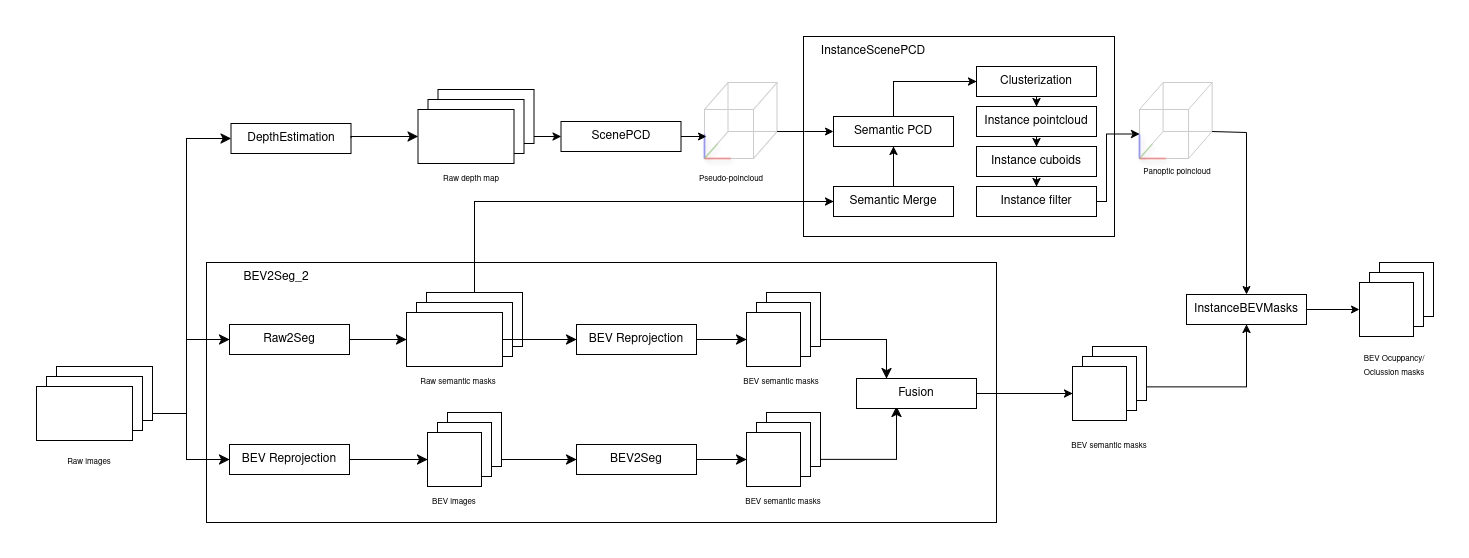
Earlier version of the draw.io export documents/images/methodology/Application_flow_diagram.png (alanglk/BEV2Seg_2). Source tidied: cells renumbered, new cells last; positions are measured from the earlier drawing's top-left corner, leaving out a move shared by most shapes.
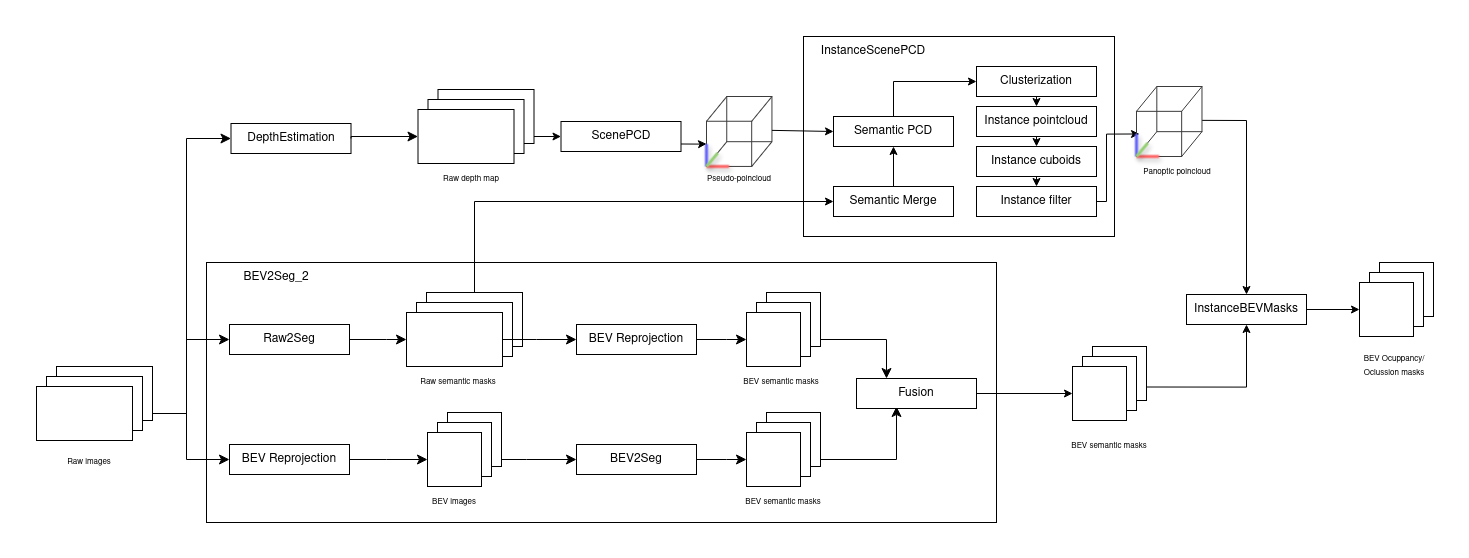
The same diagram one commit later.

Change to the diagram source:
```diff
@@ -5,6 +5,43 @@
     <mxCell id="2" style="whiteSpace=wrap;html=1;fillColor=light-dark(#FFFFFF,var(--ge-dark-color, #121212));strokeColor=none;" parent="1" vertex="1">
       <mxGeometry x="896" width="36" height="36" as="geometry" />
     </mxCell>
+    <mxCell id="104" style="group;" parent="1" vertex="1">
+      <mxGeometry x="706" y="96" width="65.5" height="70" as="geometry" />
+    </mxCell>
+    <mxCell id="105" style="whiteSpace=wrap;html=1;fillColor=none;strokeColor=light-dark(#3B3B3B,#FFFFFF);" parent="104" vertex="1">
+      <mxGeometry y="24.8" width="45.2" height="45.2" as="geometry" />
+    </mxCell>
+    <mxCell id="106" style="whiteSpace=wrap;html=1;fillColor=none;strokeColor=light-dark(#3B3B3B,#FFFFFF);" parent="104" vertex="1">
+      <mxGeometry x="20.3" width="45.2" height="45.2" as="geometry" />
+    </mxCell>
+    <mxCell id="107" style="endArrow=none;html=1;rounded=0;entryX=1;entryY=1;entryDx=0;entryDy=0;exitX=1;exitY=1;exitDx=0;exitDy=0;strokeColor=light-dark(#3B3B3B,#FFFFFF);" parent="104" edge="1" source="105" target="106">
+      <mxGeometry relative="1" as="geometry" />
+    </mxCell>
+    <mxCell id="108" style="endArrow=none;html=1;rounded=0;entryX=0;entryY=1;entryDx=0;entryDy=0;exitX=0;exitY=1;exitDx=0;exitDy=0;strokeColor=light-dark(#3B3B3B,#FFFFFF);" parent="104" edge="1" source="105" target="106">
+      <mxGeometry relative="1" as="geometry" />
+    </mxCell>
+    <mxCell id="109" style="endArrow=none;html=1;rounded=0;entryX=0;entryY=0;entryDx=0;entryDy=0;exitX=0;exitY=0;exitDx=0;exitDy=0;strokeColor=light-dark(#3B3B3B,#FFFFFF);" parent="104" edge="1" source="105" target="106">
+      <mxGeometry relative="1" as="geometry" />
+    </mxCell>
+    <mxCell id="110" style="endArrow=none;html=1;rounded=0;entryX=1;entryY=0;entryDx=0;entryDy=0;exitX=1;exitY=0;exitDx=0;exitDy=0;strokeColor=light-dark(#3B3B3B,#FFFFFF);" parent="104" edge="1" source="105" target="106">
+      <mxGeometry relative="1" as="geometry" />
+    </mxCell>
+    <mxCell id="111" style="endArrow=none;html=1;rounded=0;fillColor=#6666FF;strokeColor=light-dark(#6666FF,#FFFFFF);shadow=1;strokeWidth=3;" parent="104" edge="1">
+      <mxGeometry relative="1" as="geometry">
+        <mxPoint y="70" as="sourcePoint" />
+        <mxPoint y="47.4" as="targetPoint" />
+      </mxGeometry>
+    </mxCell>
+    <mxCell id="112" style="endArrow=none;html=1;rounded=0;fillColor=#FF6666;strokeColor=light-dark(#FF6666,#FFFFFF);entryX=0;entryY=1;entryDx=0;entryDy=0;shadow=1;strokeWidth=3;" parent="104" edge="1" target="105">
+      <mxGeometry relative="1" as="geometry">
+        <mxPoint x="22.6" y="70" as="sourcePoint" />
+      </mxGeometry>
+    </mxCell>
+    <mxCell id="113" style="endArrow=none;html=1;rounded=0;fillColor=#6666FF;strokeColor=light-dark(#97D077,#FFFFFF);exitX=0;exitY=1;exitDx=0;exitDy=0;shadow=1;strokeWidth=3;" parent="104" edge="1" source="105">
+      <mxGeometry relative="1" as="geometry">
+        <mxPoint x="11.3" y="56.5" as="targetPoint" />
+      </mxGeometry>
+    </mxCell>
     <mxCell id="3" style="whiteSpace=wrap;html=1;fillColor=light-dark(#FFFFFF,var(--ge-dark-color, #121212));strokeColor=none;" parent="1" vertex="1">
       <mxGeometry x="1433" y="266" width="36" height="36" as="geometry" />
     </mxCell>
@@ -20,17 +57,17 @@
     <mxCell id="7" style="edgeStyle=orthogonalEdgeStyle;rounded=0;jettySize=auto;html=1;exitX=1;exitY=0.5;exitDx=0;exitDy=0;entryX=0;entryY=0.5;entryDx=0;entryDy=0;" parent="1" edge="1" source="33" target="39">
       <mxGeometry relative="1" as="geometry" />
     </mxCell>
-    <mxCell id="8" style="rounded=0;whiteSpace=wrap;html=1;" parent="1" vertex="1">
-      <mxGeometry x="206" y="262" width="790" height="260" as="geometry" />
-    </mxCell>
+    <mxCell id="114" style="rounded=0;whiteSpace=wrap;html=1;fillColor=none;shadow=0;glass=0;arcSize=3;strokeWidth=1;fillStyle=solid;fillOpacity=30;" parent="1" vertex="1">
+      <mxGeometry x="206" y="262" width="790" height="260" as="geometry" />
+    </mxCell>
     <mxCell id="9" style="edgeStyle=segmentEdgeStyle;endArrow=classic;html=1;curved=0;rounded=0;endSize=8;startSize=8;exitX=1;exitY=0.5;exitDx=0;exitDy=0;entryX=0.25;entryY=0;entryDx=0;entryDy=0;" parent="1" edge="1" source="30" target="51">
       <mxGeometry relative="1" as="geometry" />
     </mxCell>
-    <mxCell id="10" style="edgeStyle=segmentEdgeStyle;endArrow=classic;html=1;curved=0;rounded=0;endSize=8;startSize=8;exitX=1;exitY=0.5;exitDx=0;exitDy=0;" parent="1" edge="1" source="27">
-      <mxGeometry relative="1" as="geometry">
-        <mxPoint x="896" y="406" as="targetPoint" />
-      </mxGeometry>
-    </mxCell>
+    <mxCell id="115" style="edgeStyle=segmentEdgeStyle;endArrow=classic;html=1;curved=0;rounded=0;endSize=8;startSize=8;exitX=1;exitY=0.5;exitDx=0;exitDy=0;" parent="1" edge="1" source="27">
+      <mxGeometry relative="1" as="geometry">
+        <mxPoint x="896" y="406" as="targetPoint" />
+      </mxGeometry>
+    </mxCell>
     <mxCell id="11" style="edgeStyle=segmentEdgeStyle;endArrow=classic;html=1;curved=0;rounded=0;endSize=8;startSize=8;exitX=1;exitY=0.5;exitDx=0;exitDy=0;entryX=0;entryY=0.5;entryDx=0;entryDy=0;" parent="1" edge="1" source="24" target="35">
       <mxGeometry relative="1" as="geometry">
         <Array as="points">
@@ -135,6 +172,9 @@
     <mxCell id="38" value="DepthEstimation" style="rounded=0;whiteSpace=wrap;html=1;" parent="1" vertex="1">
       <mxGeometry x="230.5" y="123" width="120" height="30" as="geometry" />
     </mxCell>
+    <mxCell id="116" style="edgeStyle=orthogonalEdgeStyle;rounded=0;jettySize=auto;html=1;exitX=1;exitY=0.75;exitDx=0;exitDy=0;" parent="1" edge="1" source="39" target="105">
+      <mxGeometry relative="1" as="geometry" />
+    </mxCell>
     <mxCell id="39" value="ScenePCD" style="rounded=0;whiteSpace=wrap;html=1;" parent="1" vertex="1">
       <mxGeometry x="560.5" y="121" width="120" height="30" as="geometry" />
     </mxCell>
@@ -263,14 +303,15 @@
     <mxCell id="71" value="Instance cuboids" style="rounded=0;whiteSpace=wrap;html=1;" parent="1" vertex="1">
       <mxGeometry x="976" y="146" width="120" height="30" as="geometry" />
     </mxCell>
-    <mxCell id="72" style="edgeStyle=orthogonalEdgeStyle;rounded=0;jettySize=auto;html=1;exitX=1;exitY=0.5;exitDx=0;exitDy=0;entryX=0;entryY=0.5;entryDx=0;entryDy=0;" parent="1" edge="1" source="73" target="96">
-      <mxGeometry relative="1" as="geometry">
-        <Array as="points">
-          <mxPoint x="1106" y="201" />
-          <mxPoint x="1106" y="134" />
-        </Array>
-      </mxGeometry>
-    </mxCell>
+    <mxCell id="117" style="edgeStyle=orthogonalEdgeStyle;rounded=0;jettySize=auto;html=1;exitX=1;exitY=0.5;exitDx=0;exitDy=0;entryX=0;entryY=0.5;entryDx=0;entryDy=0;" parent="1" edge="1" source="73">
+      <mxGeometry relative="1" as="geometry">
+        <mxPoint x="1139" y="133.5" as="targetPoint" />
+        <Array as="points">
+          <mxPoint x="1106" y="201" />
+          <mxPoint x="1106" y="134" />
+        </Array>
+      </mxGeometry>
+    </mxCell>
     <mxCell id="73" value="Instance filter" style="rounded=0;whiteSpace=wrap;html=1;" parent="1" vertex="1">
       <mxGeometry x="976" y="186" width="120" height="30" as="geometry" />
     </mxCell>
@@ -280,54 +321,8 @@
     <mxCell id="75" value="Semantic Merge" style="rounded=0;whiteSpace=wrap;html=1;" parent="1" vertex="1">
       <mxGeometry x="833" y="186" width="120" height="30" as="geometry" />
     </mxCell>
-    <mxCell id="76" style="group;" parent="1" vertex="1">
-      <mxGeometry x="704" y="82" width="81" height="76" as="geometry" />
-    </mxCell>
-    <mxCell id="77" style="whiteSpace=wrap;html=1;fillColor=none;strokeColor=light-dark(#CCCCCC,#FFFFFF);" parent="76" vertex="1">
-      <mxGeometry x="23.6" width="49" height="49" as="geometry" />
-    </mxCell>
-    <mxCell id="78" style="endArrow=none;html=1;rounded=0;entryX=1;entryY=1;entryDx=0;entryDy=0;exitX=1;exitY=1;exitDx=0;exitDy=0;strokeColor=light-dark(#CCCCCC,#FFFFFF);" parent="76" edge="1" source="82" target="77">
-      <mxGeometry relative="1" as="geometry" />
-    </mxCell>
-    <mxCell id="79" style="endArrow=none;html=1;rounded=0;entryX=0;entryY=1;entryDx=0;entryDy=0;exitX=0;exitY=1;exitDx=0;exitDy=0;strokeColor=light-dark(#CCCCCC,#FFFFFF);" parent="76" edge="1" source="82" target="77">
-      <mxGeometry relative="1" as="geometry" />
-    </mxCell>
-    <mxCell id="80" style="endArrow=none;html=1;rounded=0;entryX=0;entryY=0;entryDx=0;entryDy=0;exitX=0;exitY=0;exitDx=0;exitDy=0;strokeColor=light-dark(#CCCCCC,#FFFFFF);" parent="76" edge="1" source="82" target="77">
-      <mxGeometry relative="1" as="geometry" />
-    </mxCell>
-    <mxCell id="81" style="endArrow=none;html=1;rounded=0;entryX=1;entryY=0;entryDx=0;entryDy=0;exitX=1;exitY=0;exitDx=0;exitDy=0;strokeColor=light-dark(#CCCCCC,#FFFFFF);" parent="76" edge="1" source="82" target="77">
-      <mxGeometry relative="1" as="geometry" />
-    </mxCell>
-    <mxCell id="82" style="whiteSpace=wrap;html=1;fillColor=none;strokeColor=light-dark(#CCCCCC,#FFFFFF);" parent="76" vertex="1">
-      <mxGeometry y="27" width="49" height="49" as="geometry" />
-    </mxCell>
-    <mxCell id="83" style="endArrow=none;html=1;rounded=0;fillColor=#6666FF;strokeColor=light-dark(#6666FF,#FFFFFF);shadow=1;" parent="76" edge="1">
-      <mxGeometry relative="1" as="geometry">
-        <mxPoint y="76" as="sourcePoint" />
-        <mxPoint y="51.5" as="targetPoint" />
-      </mxGeometry>
-    </mxCell>
-    <mxCell id="84" style="endArrow=none;html=1;rounded=0;fillColor=#FF6666;strokeColor=light-dark(#FF6666,#FFFFFF);entryX=0;entryY=1;entryDx=0;entryDy=0;shadow=1;" parent="76" edge="1" target="82">
-      <mxGeometry relative="1" as="geometry">
-        <mxPoint x="26.2" y="76" as="sourcePoint" />
-      </mxGeometry>
-    </mxCell>
-    <mxCell id="85" style="endArrow=none;html=1;rounded=0;fillColor=#6666FF;strokeColor=light-dark(#97D077,#FFFFFF);exitX=0;exitY=1;exitDx=0;exitDy=0;shadow=1;" parent="76" edge="1" source="82">
-      <mxGeometry relative="1" as="geometry">
-        <mxPoint x="13.1" y="61.3" as="targetPoint" />
-      </mxGeometry>
-    </mxCell>
-    <mxCell id="86" style="edgeStyle=orthogonalEdgeStyle;rounded=0;jettySize=auto;html=1;exitX=1;exitY=1;exitDx=0;exitDy=0;" parent="1" edge="1" source="77">
-      <mxGeometry relative="1" as="geometry">
-        <mxPoint x="833" y="131" as="targetPoint" />
-        <Array as="points">
-          <mxPoint x="804" y="131" />
-          <mxPoint x="804" y="131" />
-        </Array>
-      </mxGeometry>
-    </mxCell>
     <mxCell id="87" value="&lt;font style=&quot;font-size: 8px;&quot;&gt;Pseudo-poincloud&lt;/font&gt;" style="text;html=1;align=center;verticalAlign=middle;whiteSpace=wrap;rounded=0;" parent="1" vertex="1">
-      <mxGeometry x="688" y="163" width="86" height="30" as="geometry" />
+      <mxGeometry x="695.7" y="163" width="86" height="30" as="geometry" />
     </mxCell>
     <mxCell id="88" style="edgeStyle=orthogonalEdgeStyle;rounded=0;jettySize=auto;html=1;exitX=1;exitY=0.5;exitDx=0;exitDy=0;entryX=0;entryY=0.5;entryDx=0;entryDy=0;" parent="1" edge="1" source="89" target="55">
       <mxGeometry relative="1" as="geometry" />
@@ -335,60 +330,62 @@
     <mxCell id="89" value="InstanceBEVMasks" style="rounded=0;whiteSpace=wrap;html=1;" parent="1" vertex="1">
       <mxGeometry x="1186" y="294" width="120" height="30" as="geometry" />
     </mxCell>
-    <mxCell id="90" style="group;" parent="1" vertex="1">
-      <mxGeometry x="1139" y="82" width="81" height="76" as="geometry" />
-    </mxCell>
-    <mxCell id="91" style="whiteSpace=wrap;html=1;fillColor=none;strokeColor=light-dark(#CCCCCC,#FFFFFF);" parent="90" vertex="1">
-      <mxGeometry x="23.6" width="49" height="49" as="geometry" />
-    </mxCell>
-    <mxCell id="92" style="endArrow=none;html=1;rounded=0;entryX=1;entryY=1;entryDx=0;entryDy=0;exitX=1;exitY=1;exitDx=0;exitDy=0;strokeColor=light-dark(#CCCCCC,#FFFFFF);" parent="90" edge="1" source="96" target="91">
-      <mxGeometry relative="1" as="geometry" />
-    </mxCell>
-    <mxCell id="93" style="endArrow=none;html=1;rounded=0;entryX=0;entryY=1;entryDx=0;entryDy=0;exitX=0;exitY=1;exitDx=0;exitDy=0;strokeColor=light-dark(#CCCCCC,#FFFFFF);" parent="90" edge="1" source="96" target="91">
-      <mxGeometry relative="1" as="geometry" />
-    </mxCell>
-    <mxCell id="94" style="endArrow=none;html=1;rounded=0;entryX=0;entryY=0;entryDx=0;entryDy=0;exitX=0;exitY=0;exitDx=0;exitDy=0;strokeColor=light-dark(#CCCCCC,#FFFFFF);" parent="90" edge="1" source="96" target="91">
-      <mxGeometry relative="1" as="geometry" />
-    </mxCell>
-    <mxCell id="95" style="endArrow=none;html=1;rounded=0;entryX=1;entryY=0;entryDx=0;entryDy=0;exitX=1;exitY=0;exitDx=0;exitDy=0;strokeColor=light-dark(#CCCCCC,#FFFFFF);" parent="90" edge="1" source="96" target="91">
-      <mxGeometry relative="1" as="geometry" />
-    </mxCell>
-    <mxCell id="96" style="whiteSpace=wrap;html=1;fillColor=none;strokeColor=light-dark(#CCCCCC,#FFFFFF);" parent="90" vertex="1">
-      <mxGeometry y="27" width="49" height="49" as="geometry" />
-    </mxCell>
-    <mxCell id="97" style="endArrow=none;html=1;rounded=0;fillColor=#6666FF;strokeColor=light-dark(#6666FF,#FFFFFF);shadow=1;" parent="90" edge="1">
-      <mxGeometry relative="1" as="geometry">
-        <mxPoint y="76" as="sourcePoint" />
-        <mxPoint y="51.5" as="targetPoint" />
-      </mxGeometry>
-    </mxCell>
-    <mxCell id="98" style="endArrow=none;html=1;rounded=0;fillColor=#FF6666;strokeColor=light-dark(#FF6666,#FFFFFF);entryX=0;entryY=1;entryDx=0;entryDy=0;shadow=1;" parent="90" edge="1" target="96">
-      <mxGeometry relative="1" as="geometry">
-        <mxPoint x="26.2" y="76" as="sourcePoint" />
-      </mxGeometry>
-    </mxCell>
-    <mxCell id="99" style="endArrow=none;html=1;rounded=0;fillColor=#6666FF;strokeColor=light-dark(#97D077,#FFFFFF);exitX=0;exitY=1;exitDx=0;exitDy=0;shadow=1;" parent="90" edge="1" source="96">
-      <mxGeometry relative="1" as="geometry">
-        <mxPoint x="13.1" y="61.3" as="targetPoint" />
-      </mxGeometry>
-    </mxCell>
     <mxCell id="100" value="&lt;font style=&quot;font-size: 8px;&quot;&gt;Panoptic poincloud&lt;/font&gt;" style="text;html=1;align=center;verticalAlign=middle;whiteSpace=wrap;rounded=0;" parent="1" vertex="1">
       <mxGeometry x="1134" y="156" width="86" height="30" as="geometry" />
     </mxCell>
-    <mxCell id="101" style="edgeStyle=orthogonalEdgeStyle;rounded=0;jettySize=auto;html=1;exitX=1;exitY=0.5;exitDx=0;exitDy=0;" parent="1" edge="1" source="39">
-      <mxGeometry relative="1" as="geometry">
-        <mxPoint x="706" y="136" as="targetPoint" />
-      </mxGeometry>
-    </mxCell>
-    <mxCell id="102" style="edgeStyle=orthogonalEdgeStyle;rounded=0;jettySize=auto;html=1;exitX=1;exitY=1;exitDx=0;exitDy=0;entryX=0.5;entryY=0;entryDx=0;entryDy=0;" parent="1" edge="1" source="91" target="89">
-      <mxGeometry relative="1" as="geometry">
-        <Array as="points">
-          <mxPoint x="1246" y="132" />
-        </Array>
-      </mxGeometry>
-    </mxCell>
+    <mxCell id="118" style="edgeStyle=orthogonalEdgeStyle;rounded=0;jettySize=auto;html=1;entryX=0.5;entryY=0;entryDx=0;entryDy=0;exitX=1;exitY=0.75;exitDx=0;exitDy=0;" parent="1" edge="1" source="121" target="89">
+      <mxGeometry relative="1" as="geometry">
+        <Array as="points">
+          <mxPoint x="1246" y="120" />
+        </Array>
+      </mxGeometry>
+    </mxCell>
     <mxCell id="103" value="&lt;font style=&quot;font-size: 8px;&quot;&gt;Raw images&lt;br&gt;&lt;/font&gt;" style="text;html=1;align=center;verticalAlign=middle;whiteSpace=wrap;rounded=0;" parent="1" vertex="1">
       <mxGeometry x="46" y="446" width="86" height="30" as="geometry" />
     </mxCell>
+    <mxCell id="119" style="group;" parent="1" vertex="1">
+      <mxGeometry x="1136" y="86" width="65.5" height="70" as="geometry" />
+    </mxCell>
+    <mxCell id="120" style="whiteSpace=wrap;html=1;fillColor=none;strokeColor=light-dark(#3B3B3B,#FFFFFF);" parent="119" vertex="1">
+      <mxGeometry y="24.8" width="45.2" height="45.2" as="geometry" />
+    </mxCell>
+    <mxCell id="121" style="whiteSpace=wrap;html=1;fillColor=none;strokeColor=light-dark(#3B3B3B,#FFFFFF);" parent="119" vertex="1">
+      <mxGeometry x="20.3" width="45.2" height="45.2" as="geometry" />
+    </mxCell>
+    <mxCell id="122" style="endArrow=none;html=1;rounded=0;entryX=1;entryY=1;entryDx=0;entryDy=0;exitX=1;exitY=1;exitDx=0;exitDy=0;strokeColor=light-dark(#3B3B3B,#FFFFFF);" parent="119" edge="1" source="120" target="121">
+      <mxGeometry relative="1" as="geometry" />
+    </mxCell>
+    <mxCell id="123" style="endArrow=none;html=1;rounded=0;entryX=0;entryY=1;entryDx=0;entryDy=0;exitX=0;exitY=1;exitDx=0;exitDy=0;strokeColor=light-dark(#3B3B3B,#FFFFFF);" parent="119" edge="1" source="120" target="121">
+      <mxGeometry relative="1" as="geometry" />
+    </mxCell>
+    <mxCell id="124" style="endArrow=none;html=1;rounded=0;entryX=0;entryY=0;entryDx=0;entryDy=0;exitX=0;exitY=0;exitDx=0;exitDy=0;strokeColor=light-dark(#3B3B3B,#FFFFFF);" parent="119" edge="1" source="120" target="121">
+      <mxGeometry relative="1" as="geometry" />
+    </mxCell>
+    <mxCell id="125" style="endArrow=none;html=1;rounded=0;entryX=1;entryY=0;entryDx=0;entryDy=0;exitX=1;exitY=0;exitDx=0;exitDy=0;strokeColor=light-dark(#3B3B3B,#FFFFFF);" parent="119" edge="1" source="120" target="121">
+      <mxGeometry relative="1" as="geometry" />
+    </mxCell>
+    <mxCell id="126" style="endArrow=none;html=1;rounded=0;fillColor=#6666FF;strokeColor=light-dark(#6666FF,#FFFFFF);shadow=1;strokeWidth=3;" parent="119" edge="1">
+      <mxGeometry relative="1" as="geometry">
+        <mxPoint y="70" as="sourcePoint" />
+        <mxPoint y="47.4" as="targetPoint" />
+      </mxGeometry>
+    </mxCell>
+    <mxCell id="127" style="endArrow=none;html=1;rounded=0;fillColor=#FF6666;strokeColor=light-dark(#FF6666,#FFFFFF);entryX=0;entryY=1;entryDx=0;entryDy=0;shadow=1;strokeWidth=3;" parent="119" edge="1" target="120">
+      <mxGeometry relative="1" as="geometry">
+        <mxPoint x="22.6" y="70" as="sourcePoint" />
+      </mxGeometry>
+    </mxCell>
+    <mxCell id="128" style="endArrow=none;html=1;rounded=0;fillColor=#6666FF;strokeColor=light-dark(#97D077,#FFFFFF);exitX=0;exitY=1;exitDx=0;exitDy=0;shadow=1;strokeWidth=3;" parent="119" edge="1" source="120">
+      <mxGeometry relative="1" as="geometry">
+        <mxPoint x="11.3" y="56.5" as="targetPoint" />
+      </mxGeometry>
+    </mxCell>
+    <mxCell id="129" style="edgeStyle=orthogonalEdgeStyle;rounded=0;jettySize=auto;html=1;exitX=1;exitY=0.75;exitDx=0;exitDy=0;entryX=0;entryY=0.5;entryDx=0;entryDy=0;" parent="1" edge="1" source="106" target="65">
+      <mxGeometry relative="1" as="geometry">
+        <Array as="points">
+          <mxPoint x="772" y="131" />
+        </Array>
+      </mxGeometry>
+    </mxCell>
   </root>
 </mxGraphModel>
```
